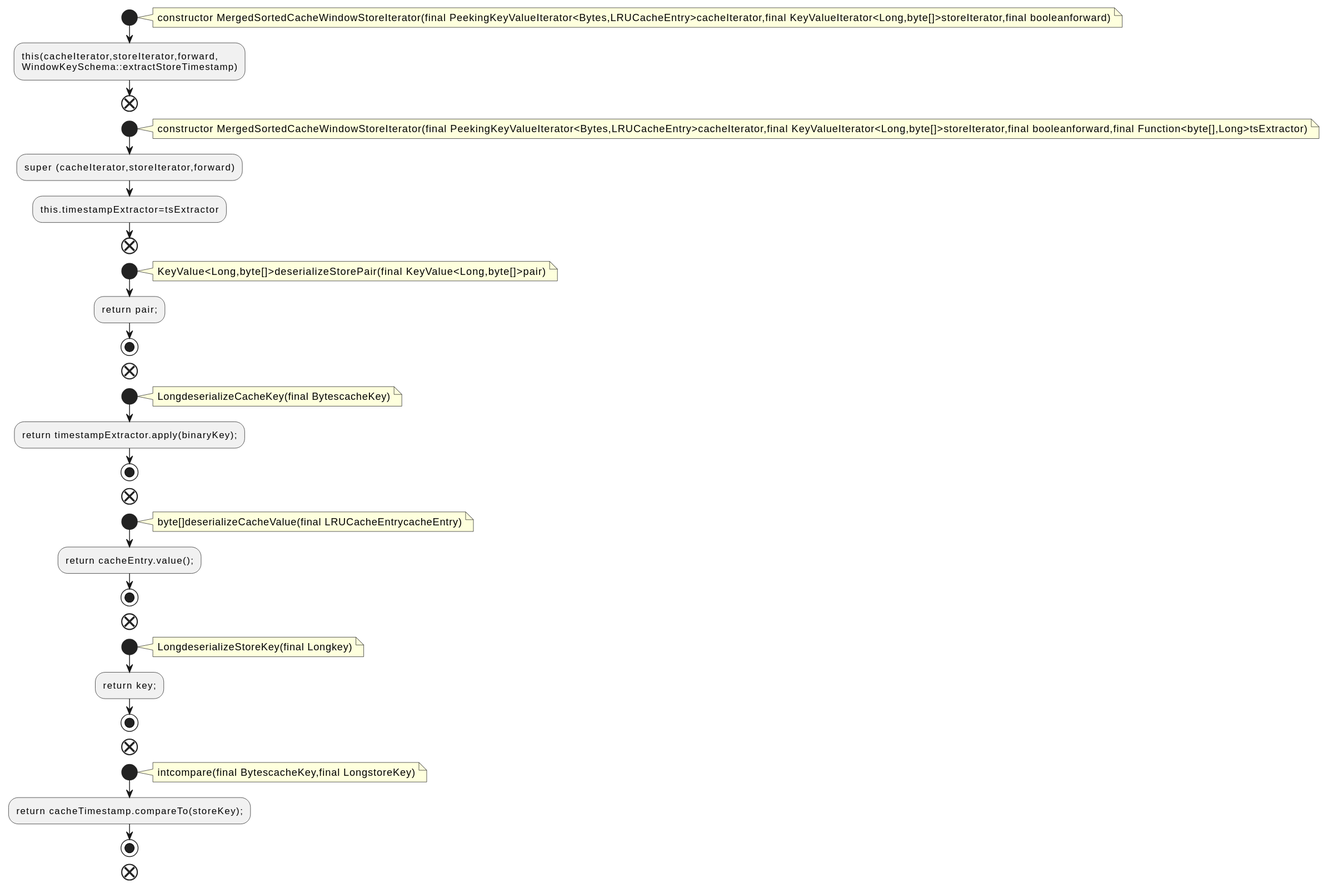
Earlier version of the PlantUML export docs/qc/streams/src/main/java/org/apache/kafka/streams/state/internals/MergedSortedCacheWindowStoreIterator.java.fct.svg (qualitesys/kafka).
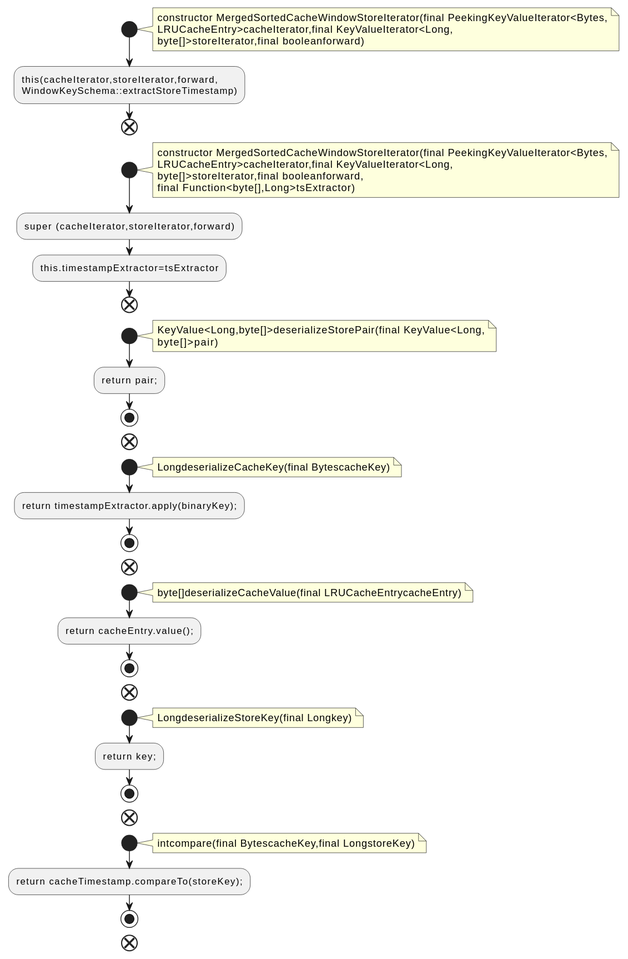
Above is the later version.

What changed in the source:
```diff
@@ -2,21 +2,27 @@
 !pragma layout smetana
 start
 note right
-constructor MergedSortedCacheWindowStoreIterator(final PeekingKeyValueIterator<Bytes,LRUCacheEntry>cacheIterator,final KeyValueIterator<Long,byte[]>storeIterator,final booleanforward)
+constructor MergedSortedCacheWindowStoreIterator(final PeekingKeyValueIterator<Bytes,
+LRUCacheEntry>cacheIterator,final KeyValueIterator<Long,
+byte[]>storeIterator,final booleanforward)
 end note
 :this(cacheIterator,storeIterator,forward,
 WindowKeySchema::extractStoreTimestamp);
 end
 start
 note right
-constructor MergedSortedCacheWindowStoreIterator(final PeekingKeyValueIterator<Bytes,LRUCacheEntry>cacheIterator,final KeyValueIterator<Long,byte[]>storeIterator,final booleanforward,final Function<byte[],Long>tsExtractor)
+constructor MergedSortedCacheWindowStoreIterator(final PeekingKeyValueIterator<Bytes,
+LRUCacheEntry>cacheIterator,final KeyValueIterator<Long,
+byte[]>storeIterator,final booleanforward,
+final Function<byte[],Long>tsExtractor)
 end note
 :super (cacheIterator,storeIterator,forward);
 :this.timestampExtractor=tsExtractor;
 end
 start
 note right
-KeyValue<Long,byte[]>deserializeStorePair(final KeyValue<Long,byte[]>pair)
+KeyValue<Long,byte[]>deserializeStorePair(final KeyValue<Long,
+byte[]>pair)
 end note
 :return pair;;
 stop
```
